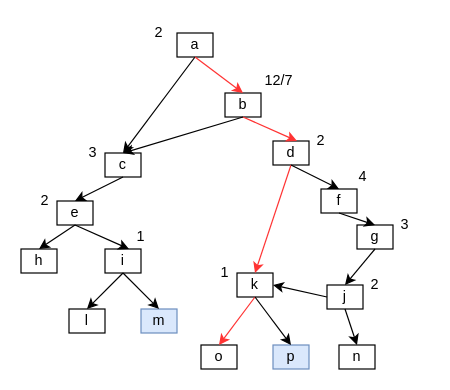
The draw.io diagram ICFG.drawio in cxlzff/EcoFuzz, before the edit. Source tidied: cells renumbered, new cells numbered last; positions are measured from the earlier drawing's top-left corner, leaving out a move shared by most shapes. Both pictures are drawn from the tidied source at 120%, with x=0, y=0 at pixel (20, 20).
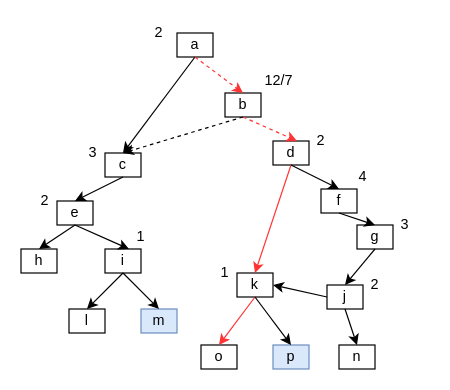
The same page after the edit.

Unchanged cells that the change refers to:
```xml
<mxCell id="2" value="a" style="rounded=0;whiteSpace=wrap;html=1;" parent="1" vertex="1">
  <mxGeometry x="130" y="10" width="30" height="20" as="geometry" />
</mxCell>
<mxCell id="3" value="c" style="rounded=0;whiteSpace=wrap;html=1;" parent="1" vertex="1">
  <mxGeometry x="70" y="110" width="30" height="20" as="geometry" />
</mxCell>
<mxCell id="4" value="b" style="rounded=0;whiteSpace=wrap;html=1;" parent="1" vertex="1">
  <mxGeometry x="170" y="60" width="30" height="20" as="geometry" />
</mxCell>
<mxCell id="10" value="d" style="rounded=0;whiteSpace=wrap;html=1;" parent="1" vertex="1">
  <mxGeometry x="210" y="100" width="30" height="20" as="geometry" />
</mxCell>
```

The edit, as a diff of the source:
```diff
@@
-    <mxCell id="12" style="endArrow=classic;html=1;exitX=0.5;exitY=1;exitDx=0;exitDy=0;entryX=0.5;entryY=0;entryDx=0;entryDy=0;strokeColor=#FF3333;" parent="1" edge="1" source="2" target="4">
+    <mxCell id="12" style="endArrow=classic;html=1;exitX=0.5;exitY=1;exitDx=0;exitDy=0;entryX=0.5;entryY=0;entryDx=0;entryDy=0;strokeColor=#FF3333;dashed=1;" parent="1" edge="1" source="2" target="4">
       <mxGeometry relative="1" as="geometry" />
     </mxCell>
@@
-    <mxCell id="18" style="endArrow=classic;html=1;exitX=0.5;exitY=1;exitDx=0;exitDy=0;entryX=0.5;entryY=0;entryDx=0;entryDy=0;" parent="1" edge="1" source="4" target="3">
+    <mxCell id="18" style="endArrow=classic;html=1;exitX=0.5;exitY=1;exitDx=0;exitDy=0;entryX=0.5;entryY=0;entryDx=0;entryDy=0;dashed=1;" parent="1" edge="1" source="4" target="3">
       <mxGeometry relative="1" as="geometry" />
     </mxCell>
@@
-    <mxCell id="32" style="endArrow=classic;html=1;exitX=0.5;exitY=1;exitDx=0;exitDy=0;entryX=0.667;entryY=0;entryDx=0;entryDy=0;entryPerimeter=0;strokeColor=#FF3333;" parent="1" edge="1" source="4" target="10">
+    <mxCell id="32" style="endArrow=classic;html=1;exitX=0.5;exitY=1;exitDx=0;exitDy=0;entryX=0.667;entryY=0;entryDx=0;entryDy=0;entryPerimeter=0;strokeColor=#FF3333;dashed=1;" parent="1" edge="1" source="4" target="10">
       <mxGeometry relative="1" as="geometry" />
     </mxCell>
```
